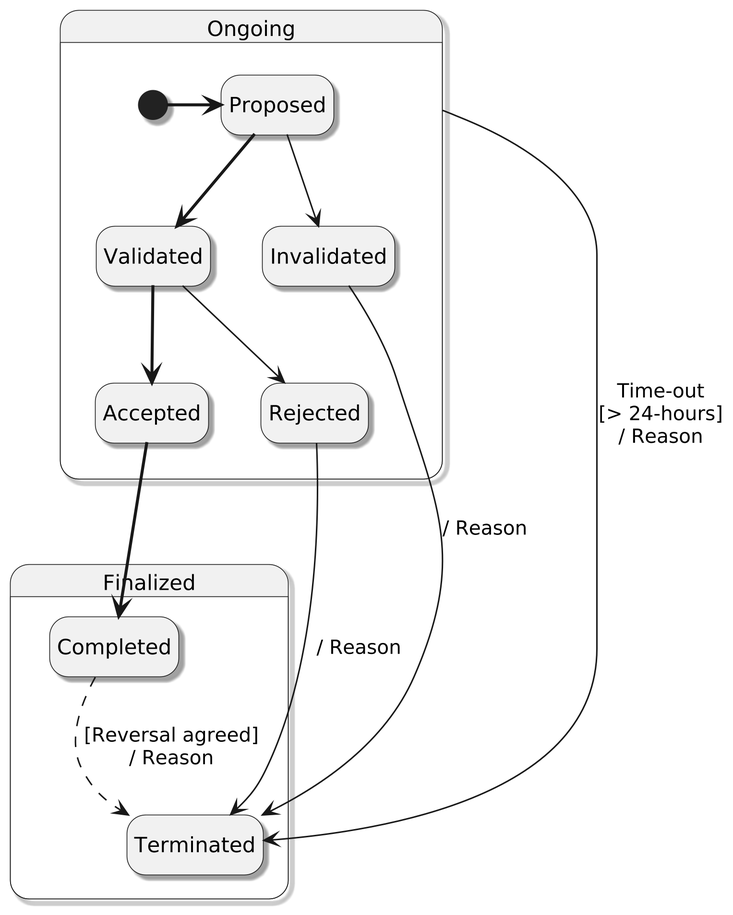
The PlantUML diagram diagrams/Transaction State Chart.png in frankcnng/CARP, before a commit.
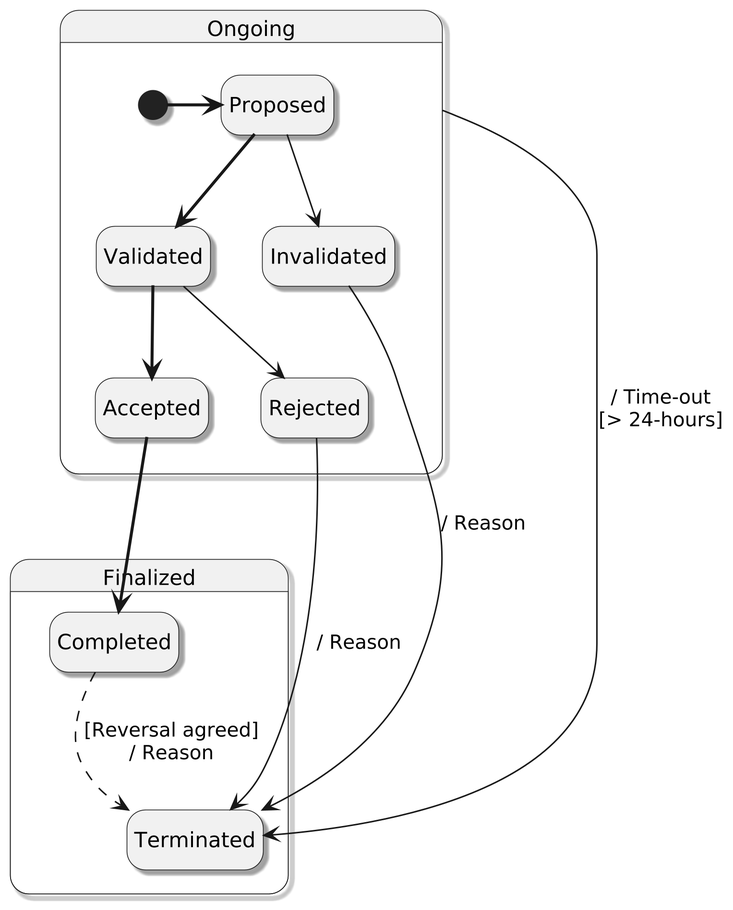
The same diagram one commit later.

Change to the diagram source:
```diff
@@ -22,7 +22,7 @@
   Accepted -[bold]-> Completed
   Invalidated --> Terminated : / Reason
   Rejected --> Terminated : / Reason
-  ip --> Terminated : Time-out\n[> 24-hours]\n/ Reason
+  ip --> Terminated : / Time-out\n[> 24-hours]
   Completed -[dashed]-> Terminated : [Reversal agreed]\n/ Reason
 }
 @enduml
```
